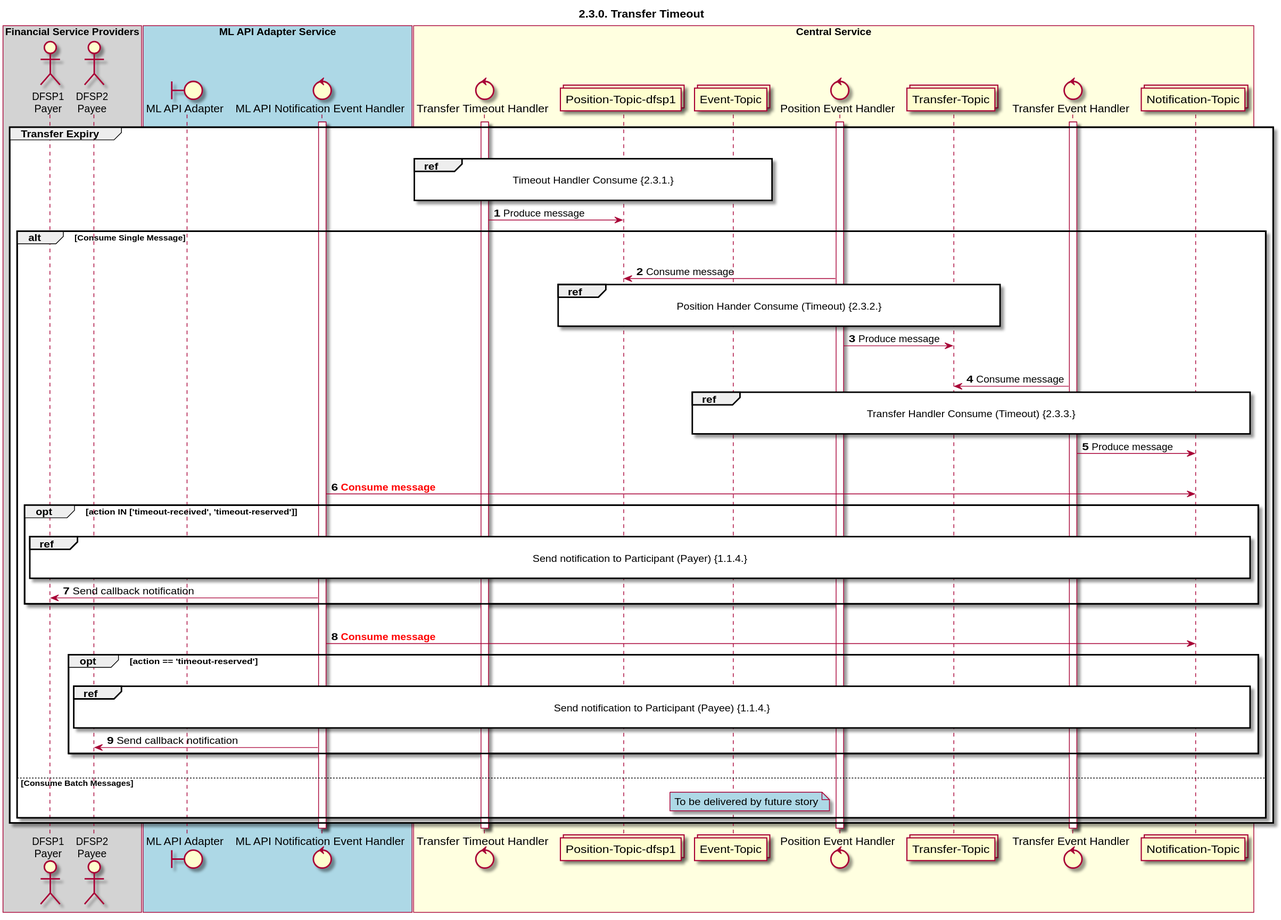
ggrg/docs keeps this PlantUML diagram as CentralServices/seq_diagrams/seq-timeout-2.3.0.svg. Above is the earlier version. Its diagram source:
```plantuml
@startuml
title 2.3.0. Transfer Timeout

autonumber


actor "DFSP1\nPayer" as DFSP1
actor "DFSP2\nPayee" as DFSP2
boundary "ML API Adapter" as MLAPI
control "ML API Notification Event Handler" as NOTIFY_HANDLER
control "Transfer Timeout Handler" as EXP_HANDLER
collections "Position-Topic-dfsp1" as TOPIC_POSITION_DFSP1
control "Position Event Handler" as POS_HANDLER
collections "Transfer-Topic" as TOPIC_TRANSFERS
control "Transfer Event Handler" as TRANS_HANDLER
collections "Notification-Topic" as TOPIC_NOTIFICATIONS
collections "Event-Topic" as TOPIC_EVENT

box "Financial Service Providers" #lightGray
	participant DFSP1
	participant DFSP2
end box

box "ML API Adapter Service" #LightBlue
	participant MLAPI
	participant NOTIFY_HANDLER
end box

box "Central Service" #LightYellow
    participant EXP_HANDLER
    participant TOPIC_POSITION_DFSP1
    participant TOPIC_EVENT
    participant POS_HANDLER
    participant TOPIC_TRANSFERS
    participant TRANS_HANDLER
    participant TOPIC_NOTIFICATIONS
end box

activate NOTIFY_HANDLER
activate EXP_HANDLER
activate POS_HANDLER
activate TRANS_HANDLER
group Transfer Expiry
    |||
    ref over EXP_HANDLER, TOPIC_EVENT :  Timeout Handler Consume {2.3.1.} \n
    EXP_HANDLER -> TOPIC_POSITION_DFSP1: Produce message

    alt Consume Single Message
        |||
        TOPIC_POSITION_DFSP1 <- POS_HANDLER: Consume message
        ref over TOPIC_POSITION_DFSP1, TOPIC_TRANSFERS :  Position Hander Consume (Timeout) {2.3.2.} \n
        POS_HANDLER -> TOPIC_TRANSFERS: Produce message
        |||
        TOPIC_TRANSFERS <- TRANS_HANDLER: Consume message
        ref over TOPIC_EVENT, TOPIC_NOTIFICATIONS : Transfer Handler Consume (Timeout) {2.3.3.} \n
        TRANS_HANDLER -> TOPIC_NOTIFICATIONS: Produce message
        |||
        TOPIC_NOTIFICATIONS <- NOTIFY_HANDLER: <color #FF0000>**Consume message**</color>
        opt action IN ['timeout-received', 'timeout-reserved']
            |||
            ref over DFSP1, TOPIC_NOTIFICATIONS : Send notification to Participant (Payer) {1.1.4.} \n
            NOTIFY_HANDLER -> DFSP1: Send callback notification
        end
        |||
        TOPIC_NOTIFICATIONS <- NOTIFY_HANDLER: <color #FF0000>**Consume message**</color>
        opt action == 'timeout-reserved'
            |||
            ref over DFSP2, TOPIC_NOTIFICATIONS : Send notification to Participant (Payee) {1.1.4.} \n
            NOTIFY_HANDLER -> DFSP2: Send callback notification
        end
        |||
    else Consume Batch Messages
        note left of POS_HANDLER #lightblue
            To be delivered by future story
        end note
    end
end
deactivate TRANS_HANDLER
deactivate POS_HANDLER
deactivate EXP_HANDLER
deactivate NOTIFY_HANDLER
@enduml
```
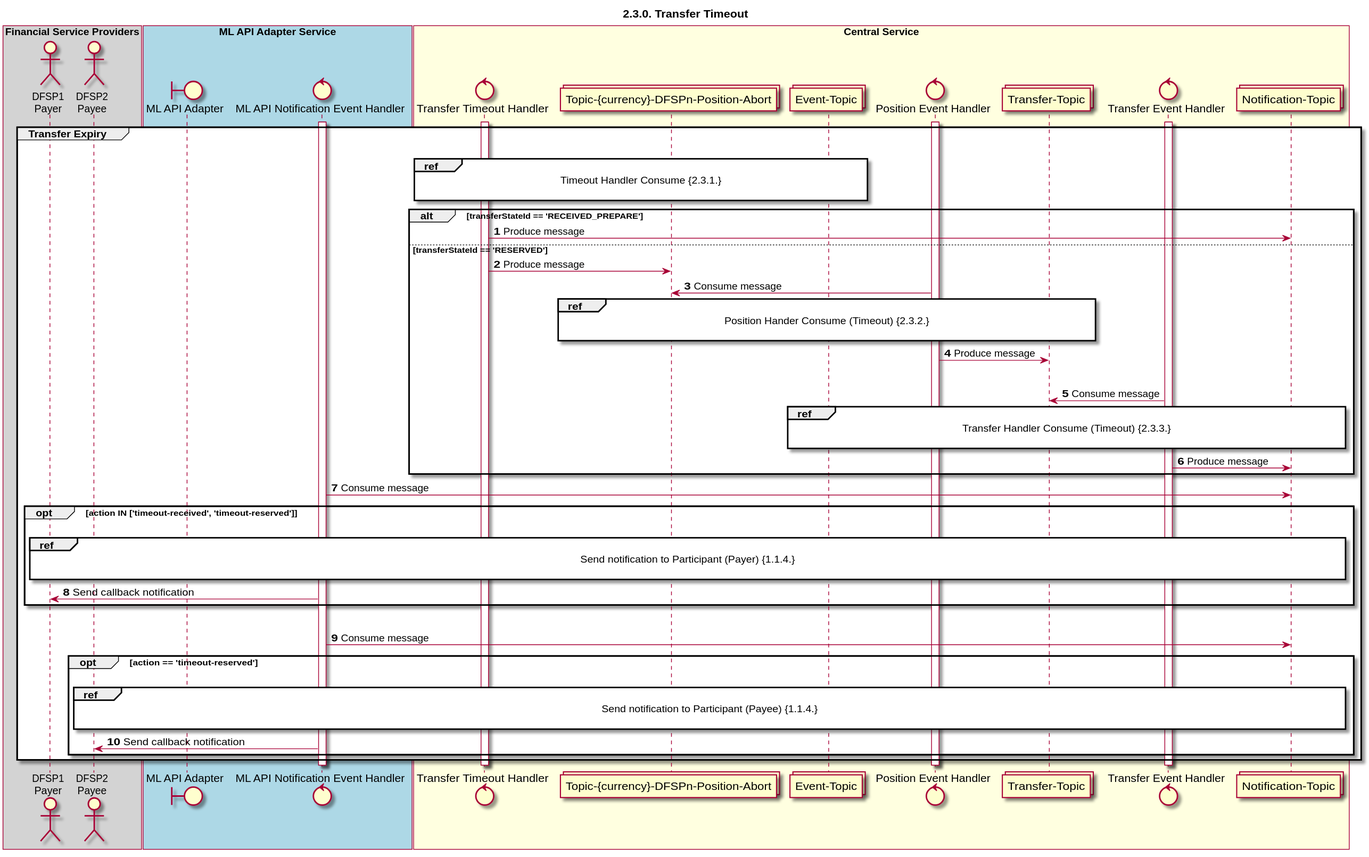
The same diagram one commit later.

Commit message:
Feature/#393 Design Timeout Handler (#54)

Change to the diagram source:
```diff
@@ -9,7 +9,7 @@
 boundary "ML API Adapter" as MLAPI
 control "ML API Notification Event Handler" as NOTIFY_HANDLER
 control "Transfer Timeout Handler" as EXP_HANDLER
-collections "Position-Topic-dfsp1" as TOPIC_POSITION_DFSP1
+collections "Topic-{currency}-DFSPn-Position-Abort" as TOPIC_POSITION_DFSP
 control "Position Event Handler" as POS_HANDLER
 collections "Transfer-Topic" as TOPIC_TRANSFERS
 control "Transfer Event Handler" as TRANS_HANDLER
@@ -28,7 +28,7 @@
 
 box "Central Service" #LightYellow
     participant EXP_HANDLER
-    participant TOPIC_POSITION_DFSP1
+    participant TOPIC_POSITION_DFSP
     participant TOPIC_EVENT
     participant POS_HANDLER
     participant TOPIC_TRANSFERS
@@ -43,36 +43,30 @@
 group Transfer Expiry
     |||
     ref over EXP_HANDLER, TOPIC_EVENT :  Timeout Handler Consume {2.3.1.} \n
-    EXP_HANDLER -> TOPIC_POSITION_DFSP1: Produce message
-
-    alt Consume Single Message
-        |||
-        TOPIC_POSITION_DFSP1 <- POS_HANDLER: Consume message
-        ref over TOPIC_POSITION_DFSP1, TOPIC_TRANSFERS :  Position Hander Consume (Timeout) {2.3.2.} \n
+    alt transferStateId == 'RECEIVED_PREPARE'
+        EXP_HANDLER -> TOPIC_NOTIFICATIONS: Produce message
+    else transferStateId == 'RESERVED'
+        EXP_HANDLER -> TOPIC_POSITION_DFSP: Produce message
+        TOPIC_POSITION_DFSP <- POS_HANDLER: Consume message
+        ref over TOPIC_POSITION_DFSP, TOPIC_TRANSFERS :  Position Hander Consume (Timeout) {2.3.2.} \n
         POS_HANDLER -> TOPIC_TRANSFERS: Produce message
         |||
         TOPIC_TRANSFERS <- TRANS_HANDLER: Consume message
         ref over TOPIC_EVENT, TOPIC_NOTIFICATIONS : Transfer Handler Consume (Timeout) {2.3.3.} \n
         TRANS_HANDLER -> TOPIC_NOTIFICATIONS: Produce message
+    end
+    TOPIC_NOTIFICATIONS <- NOTIFY_HANDLER: Consume message
+    opt action IN ['timeout-received', 'timeout-reserved']
         |||
-        TOPIC_NOTIFICATIONS <- NOTIFY_HANDLER: <color #FF0000>**Consume message**</color>
-        opt action IN ['timeout-received', 'timeout-reserved']
-            |||
-            ref over DFSP1, TOPIC_NOTIFICATIONS : Send notification to Participant (Payer) {1.1.4.} \n
-            NOTIFY_HANDLER -> DFSP1: Send callback notification
-        end
+        ref over DFSP1, TOPIC_NOTIFICATIONS : Send notification to Participant (Payer) {1.1.4.} \n
+        NOTIFY_HANDLER -> DFSP1: Send callback notification
+    end
+    |||
+    TOPIC_NOTIFICATIONS <- NOTIFY_HANDLER: Consume message
+    opt action == 'timeout-reserved'
         |||
-        TOPIC_NOTIFICATIONS <- NOTIFY_HANDLER: <color #FF0000>**Consume message**</color>
-        opt action == 'timeout-reserved'
-            |||
-            ref over DFSP2, TOPIC_NOTIFICATIONS : Send notification to Participant (Payee) {1.1.4.} \n
-            NOTIFY_HANDLER -> DFSP2: Send callback notification
-        end
-        |||
-    else Consume Batch Messages
-        note left of POS_HANDLER #lightblue
-            To be delivered by future story
-        end note
+        ref over DFSP2, TOPIC_NOTIFICATIONS : Send notification to Participant (Payee) {1.1.4.} \n
+        NOTIFY_HANDLER -> DFSP2: Send callback notification
     end
 end
 deactivate TRANS_HANDLER
```
